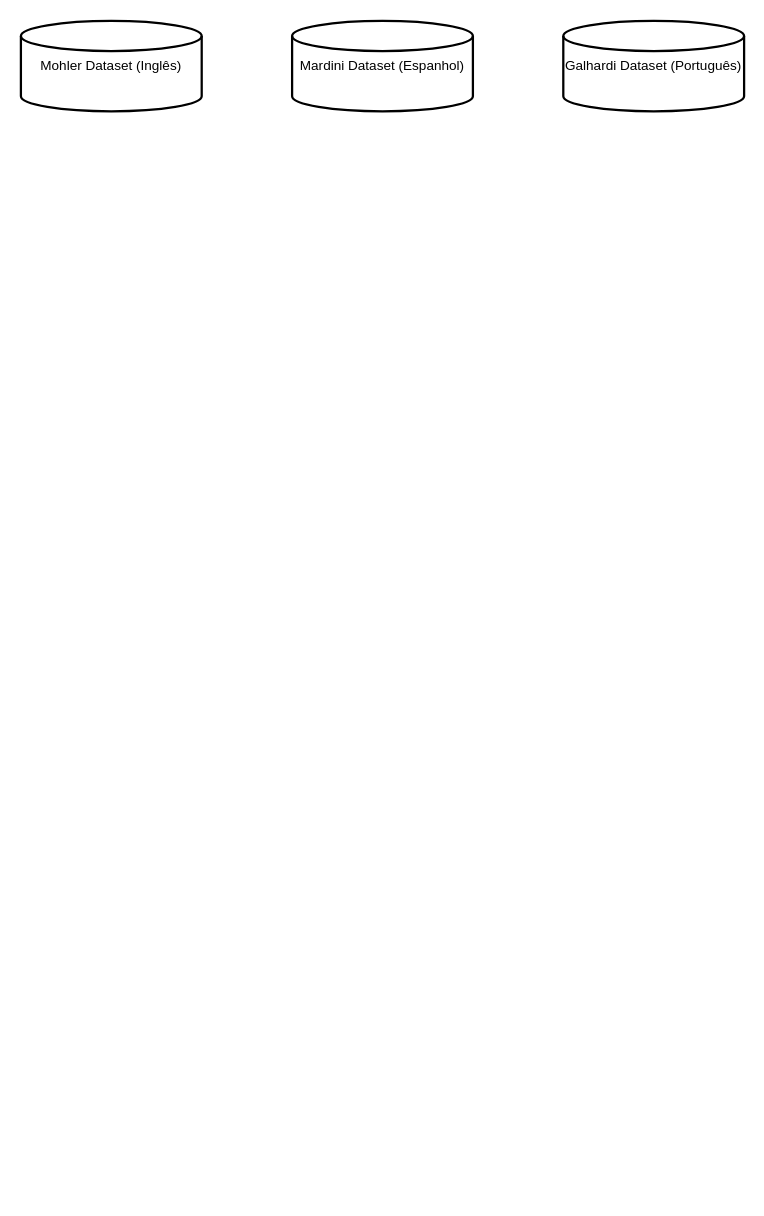
The draw.io diagram dataClassModels/tccFlux.drawio in luca-moraes/relatorioParcialTCC, before the edit. Source tidied: cells renumbered, new cells numbered last; positions are measured from the earlier drawing's top-left corner, leaving out a move shared by most shapes. Both pictures are drawn from the tidied source at 113%, with x=0, y=0 at pixel (20, 20).
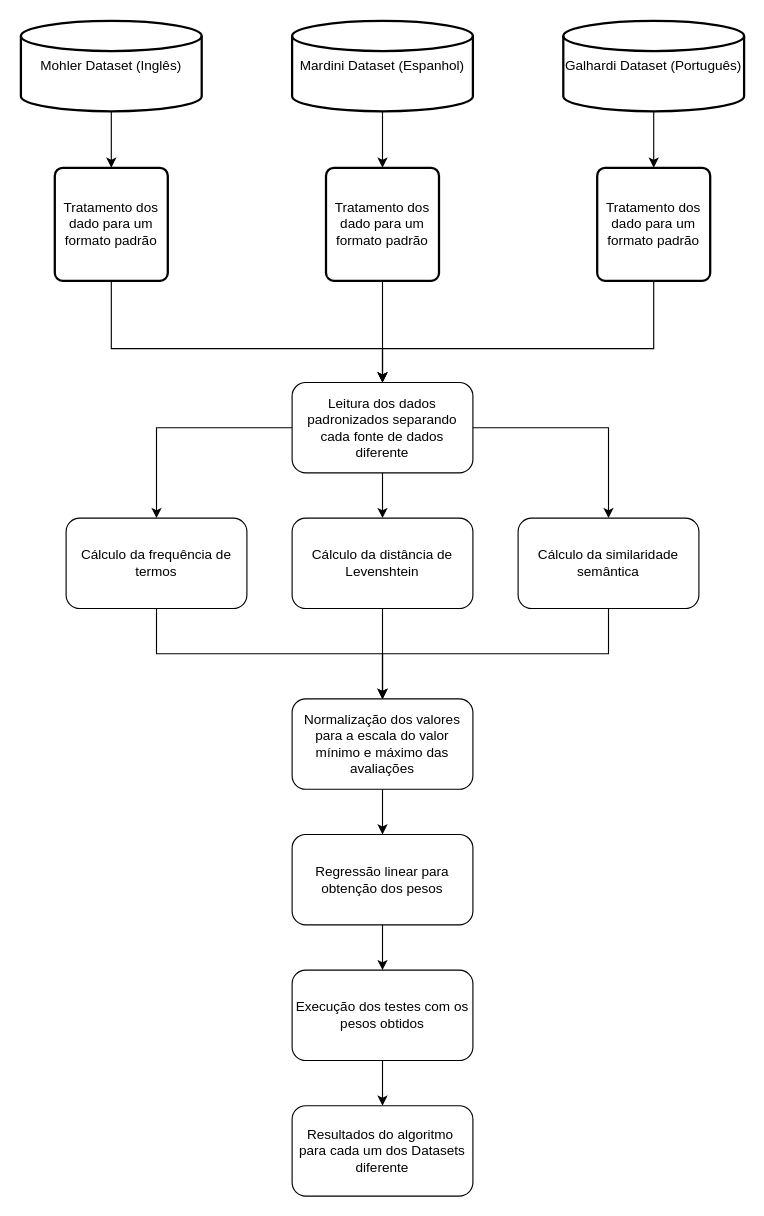
After the change.

The change refers to these unchanged cells:
```xml
<mxCell id="2" value="Mohler Dataset (Inglês)" style="strokeWidth=2;html=1;shape=mxgraph.flowchart.database;whiteSpace=wrap;" parent="1" vertex="1">
  <mxGeometry width="160" height="80" as="geometry" />
</mxCell>
<mxCell id="3" value="Mardini Dataset (Espanhol)" style="strokeWidth=2;html=1;shape=mxgraph.flowchart.database;whiteSpace=wrap;" parent="1" vertex="1">
  <mxGeometry x="240" width="160" height="80" as="geometry" />
</mxCell>
<mxCell id="4" value="Galhardi Dataset (Português)" style="strokeWidth=2;html=1;shape=mxgraph.flowchart.database;whiteSpace=wrap;" parent="1" vertex="1">
  <mxGeometry x="480" width="160" height="80" as="geometry" />
</mxCell>
```

Diff of the diagram source:
```diff
@@
+    <mxCell id="5" style="edgeStyle=orthogonalEdgeStyle;rounded=0;jettySize=auto;html=1;entryX=0.5;entryY=0;entryDx=0;entryDy=0;" parent="1" edge="1" source="2" target="9">
+      <mxGeometry relative="1" as="geometry" />
+    </mxCell>
@@
+    <mxCell id="6" style="edgeStyle=orthogonalEdgeStyle;rounded=0;jettySize=auto;html=1;entryX=0.5;entryY=0;entryDx=0;entryDy=0;" parent="1" edge="1" source="3" target="11">
+      <mxGeometry relative="1" as="geometry" />
+    </mxCell>
@@
+    <mxCell id="7" style="edgeStyle=orthogonalEdgeStyle;rounded=0;jettySize=auto;html=1;entryX=0.5;entryY=0;entryDx=0;entryDy=0;" parent="1" edge="1" source="4" target="13">
+      <mxGeometry relative="1" as="geometry" />
+    </mxCell>
@@
+    <mxCell id="8" style="edgeStyle=orthogonalEdgeStyle;rounded=0;jettySize=auto;html=1;entryX=0.5;entryY=0;entryDx=0;entryDy=0;" parent="1" edge="1" source="9">
+      <mxGeometry relative="1" as="geometry">
+        <mxPoint x="320" y="320" as="targetPoint" />
+        <Array as="points">
+          <mxPoint x="80" y="290" />
+          <mxPoint x="320" y="290" />
+        </Array>
+      </mxGeometry>
+    </mxCell>
+    <mxCell id="9" value="Tratamento dos dado para um formato padrão" style="rounded=1;whiteSpace=wrap;html=1;absoluteArcSize=1;arcSize=14;strokeWidth=2;" parent="1" vertex="1">
+      <mxGeometry x="30" y="130" width="100" height="100" as="geometry" />
+    </mxCell>
+    <mxCell id="10" style="edgeStyle=orthogonalEdgeStyle;rounded=0;jettySize=auto;html=1;entryX=0.5;entryY=0;entryDx=0;entryDy=0;" parent="1" edge="1" source="11">
+      <mxGeometry relative="1" as="geometry">
+        <mxPoint x="320" y="320" as="targetPoint" />
+      </mxGeometry>
+    </mxCell>
+    <mxCell id="11" value="Tratamento dos dado para um formato padrão" style="rounded=1;whiteSpace=wrap;html=1;absoluteArcSize=1;arcSize=14;strokeWidth=2;" parent="1" vertex="1">
+      <mxGeometry x="270" y="130" width="100" height="100" as="geometry" />
+    </mxCell>
+    <mxCell id="12" style="edgeStyle=orthogonalEdgeStyle;rounded=0;jettySize=auto;html=1;entryX=0.5;entryY=0;entryDx=0;entryDy=0;" parent="1" edge="1" source="13">
+      <mxGeometry relative="1" as="geometry">
+        <mxPoint x="320" y="320" as="targetPoint" />
+        <Array as="points">
+          <mxPoint x="560" y="290" />
+          <mxPoint x="320" y="290" />
+        </Array>
+      </mxGeometry>
+    </mxCell>
+    <mxCell id="13" value="Tratamento dos dado para um formato padrão" style="rounded=1;whiteSpace=wrap;html=1;absoluteArcSize=1;arcSize=14;strokeWidth=2;" parent="1" vertex="1">
+      <mxGeometry x="510" y="130" width="100" height="100" as="geometry" />
+    </mxCell>
+    <mxCell id="14" style="edgeStyle=orthogonalEdgeStyle;rounded=0;jettySize=auto;html=1;entryX=0.5;entryY=0;entryDx=0;entryDy=0;" parent="1" edge="1" source="17" target="26">
+      <mxGeometry relative="1" as="geometry" />
+    </mxCell>
+    <mxCell id="15" style="edgeStyle=orthogonalEdgeStyle;rounded=0;jettySize=auto;html=1;entryX=0.5;entryY=0;entryDx=0;entryDy=0;" parent="1" edge="1" source="17" target="24">
+      <mxGeometry relative="1" as="geometry" />
+    </mxCell>
+    <mxCell id="16" style="edgeStyle=orthogonalEdgeStyle;rounded=0;jettySize=auto;html=1;entryX=0.5;entryY=0;entryDx=0;entryDy=0;" parent="1" edge="1" source="17" target="28">
+      <mxGeometry relative="1" as="geometry" />
+    </mxCell>
+    <mxCell id="17" value="Leitura dos dados padronizados separando cada fonte de dados diferente" style="rounded=1;whiteSpace=wrap;html=1;" parent="1" vertex="1">
+      <mxGeometry x="240" y="320" width="160" height="80" as="geometry" />
+    </mxCell>
+    <mxCell id="18" style="edgeStyle=orthogonalEdgeStyle;rounded=0;jettySize=auto;html=1;entryX=0.5;entryY=0;entryDx=0;entryDy=0;" parent="1" edge="1" source="19" target="21">
+      <mxGeometry relative="1" as="geometry" />
+    </mxCell>
+    <mxCell id="19" value="Regressão linear para obtenção dos pesos" style="rounded=1;whiteSpace=wrap;html=1;" parent="1" vertex="1">
+      <mxGeometry x="240" y="720" width="160" height="80" as="geometry" />
+    </mxCell>
+    <mxCell id="20" style="edgeStyle=orthogonalEdgeStyle;rounded=0;jettySize=auto;html=1;entryX=0.5;entryY=0;entryDx=0;entryDy=0;" parent="1" edge="1" source="21" target="22">
+      <mxGeometry relative="1" as="geometry" />
+    </mxCell>
+    <mxCell id="21" value="Execução dos testes com os pesos obtidos" style="rounded=1;whiteSpace=wrap;html=1;" parent="1" vertex="1">
+      <mxGeometry x="240" y="840" width="160" height="80" as="geometry" />
+    </mxCell>
+    <mxCell id="22" value="Resultados do algoritmo&amp;nbsp;&lt;div&gt;para cada um dos Datasets diferente&lt;/div&gt;" style="rounded=1;whiteSpace=wrap;html=1;" parent="1" vertex="1">
+      <mxGeometry x="240" y="960" width="160" height="80" as="geometry" />
+    </mxCell>
+    <mxCell id="23" style="edgeStyle=orthogonalEdgeStyle;rounded=0;jettySize=auto;html=1;entryX=0.5;entryY=0;entryDx=0;entryDy=0;" parent="1" edge="1" source="24" target="30">
+      <mxGeometry relative="1" as="geometry">
+        <Array as="points">
+          <mxPoint x="120" y="560" />
+          <mxPoint x="320" y="560" />
+        </Array>
+      </mxGeometry>
+    </mxCell>
+    <mxCell id="24" value="Cálculo da frequência de termos" style="rounded=1;whiteSpace=wrap;html=1;" parent="1" vertex="1">
+      <mxGeometry x="40" y="440" width="160" height="80" as="geometry" />
+    </mxCell>
+    <mxCell id="25" style="edgeStyle=orthogonalEdgeStyle;rounded=0;jettySize=auto;html=1;entryX=0.5;entryY=0;entryDx=0;entryDy=0;" parent="1" edge="1" source="26" target="30">
+      <mxGeometry relative="1" as="geometry" />
+    </mxCell>
+    <mxCell id="26" value="Cálculo da distância de Levenshtein" style="rounded=1;whiteSpace=wrap;html=1;" parent="1" vertex="1">
+      <mxGeometry x="240" y="440" width="160" height="80" as="geometry" />
+    </mxCell>
+    <mxCell id="27" style="edgeStyle=orthogonalEdgeStyle;rounded=0;jettySize=auto;html=1;entryX=0.5;entryY=0;entryDx=0;entryDy=0;" parent="1" edge="1" source="28" target="30">
+      <mxGeometry relative="1" as="geometry">
+        <Array as="points">
+          <mxPoint x="520" y="560" />
+          <mxPoint x="320" y="560" />
+        </Array>
+      </mxGeometry>
+    </mxCell>
+    <mxCell id="28" value="Cálculo da similaridade semântica" style="rounded=1;whiteSpace=wrap;html=1;" parent="1" vertex="1">
+      <mxGeometry x="440" y="440" width="160" height="80" as="geometry" />
+    </mxCell>
+    <mxCell id="29" style="edgeStyle=orthogonalEdgeStyle;rounded=0;jettySize=auto;html=1;entryX=0.5;entryY=0;entryDx=0;entryDy=0;" parent="1" edge="1" source="30" target="19">
+      <mxGeometry relative="1" as="geometry" />
+    </mxCell>
+    <mxCell id="30" value="Normalização dos valores para a escala do valor mínimo e máximo das avaliações" style="rounded=1;whiteSpace=wrap;html=1;" parent="1" vertex="1">
+      <mxGeometry x="240" y="600" width="160" height="80" as="geometry" />
+    </mxCell>
```
